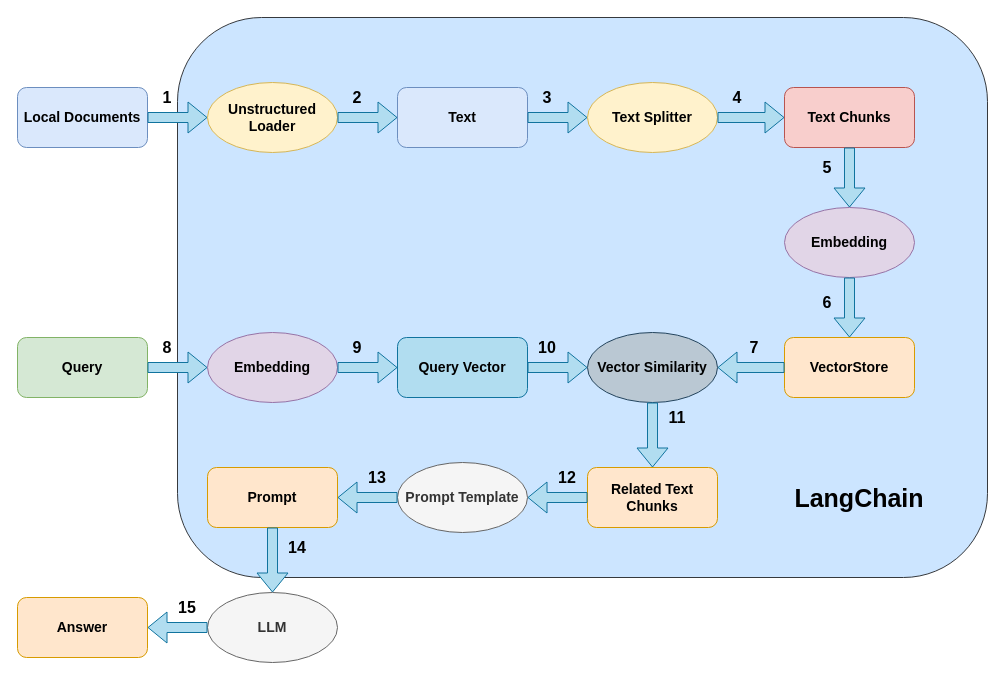
Above: LangChain.drawio in Kangwenqiao/birds_words (draw.io), before the change. Source tidied: cells renumbered, new cells numbered last; positions are measured from the earlier drawing's top-left corner, leaving out a move shared by most shapes. Both pictures are drawn from the tidied source at 100%, with x=0, y=0 at pixel (17, 17).
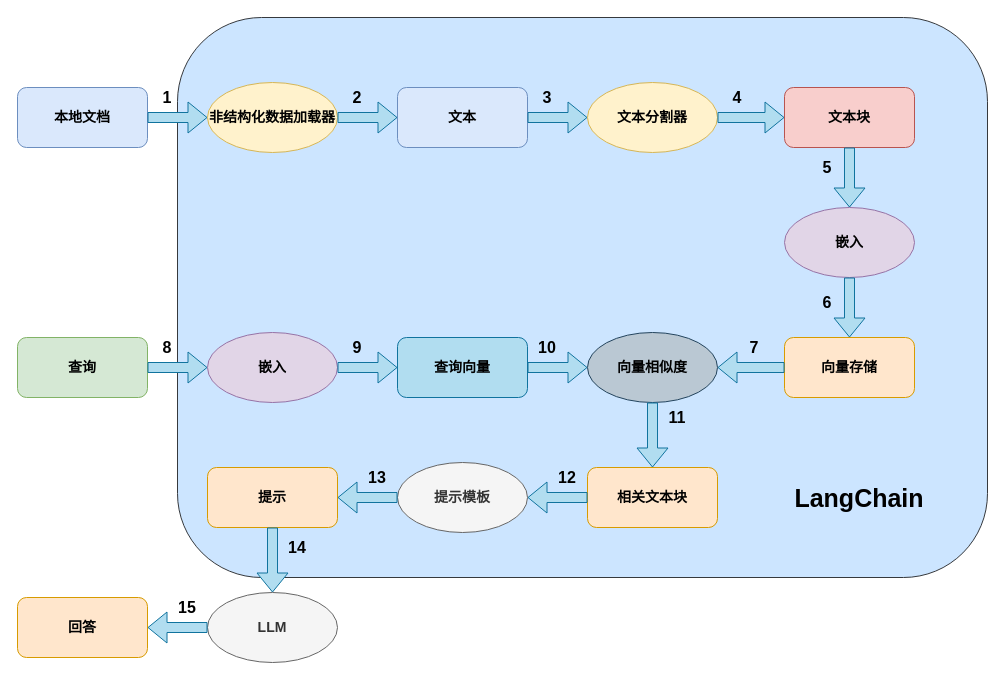
The same diagram, later.

Change to the diagram source:
```diff
@@
-    <mxCell id="3" value="&lt;font style=&quot;font-size: 14px;&quot;&gt;&lt;b&gt;Local Documents&lt;/b&gt;&lt;/font&gt;" style="rounded=1;whiteSpace=wrap;html=1;fillColor=#dae8fc;strokeColor=#6c8ebf;" parent="1" vertex="1">
+    <mxCell id="3" value="&lt;font style=&quot;font-size: 14px;&quot;&gt;&lt;b&gt;本地文档&lt;/b&gt;&lt;/font&gt;" style="rounded=1;whiteSpace=wrap;html=1;fillColor=#dae8fc;strokeColor=#6c8ebf;" parent="1" vertex="1">
       <mxGeometry y="70" width="130" height="60" as="geometry" />
     </mxCell>
-    <mxCell id="4" value="&lt;font style=&quot;font-size: 14px;&quot;&gt;&lt;b&gt;Query&lt;/b&gt;&lt;/font&gt;" style="rounded=1;whiteSpace=wrap;html=1;fillColor=#d5e8d4;strokeColor=#82b366;" parent="1" vertex="1">
+    <mxCell id="4" value="&lt;font style=&quot;font-size: 14px;&quot;&gt;&lt;b&gt;查询&lt;/b&gt;&lt;/font&gt;" style="rounded=1;whiteSpace=wrap;html=1;fillColor=#d5e8d4;strokeColor=#82b366;" parent="1" vertex="1">
       <mxGeometry y="320" width="130" height="60" as="geometry" />
     </mxCell>
-    <mxCell id="5" value="&lt;span style=&quot;font-size: 14px;&quot;&gt;&lt;b&gt;Answer&lt;/b&gt;&lt;/span&gt;" style="rounded=1;whiteSpace=wrap;html=1;fillColor=#ffe6cc;strokeColor=#d79b00;" parent="1" vertex="1">
+    <mxCell id="5" value="&lt;span style=&quot;font-size: 14px;&quot;&gt;&lt;b&gt;回答&lt;/b&gt;&lt;/span&gt;" style="rounded=1;whiteSpace=wrap;html=1;fillColor=#ffe6cc;strokeColor=#d79b00;" parent="1" vertex="1">
       <mxGeometry y="580" width="130" height="60" as="geometry" />
     </mxCell>
@@
-    <mxCell id="7" value="&lt;font style=&quot;font-size: 14px;&quot;&gt;&lt;b&gt;Unstructured Loader&lt;/b&gt;&lt;/font&gt;" style="ellipse;whiteSpace=wrap;html=1;fillColor=#fff2cc;strokeColor=#d6b656;" parent="1" vertex="1">
+    <mxCell id="7" value="&lt;font style=&quot;font-size: 14px;&quot;&gt;&lt;b&gt;非结构化数据加载器&lt;/b&gt;&lt;/font&gt;" style="ellipse;whiteSpace=wrap;html=1;fillColor=#fff2cc;strokeColor=#d6b656;" parent="1" vertex="1">
       <mxGeometry x="190" y="65" width="130" height="70" as="geometry" />
     </mxCell>
@@
-    <mxCell id="9" value="&lt;font style=&quot;font-size: 14px;&quot;&gt;&lt;b&gt;Text&lt;/b&gt;&lt;/font&gt;" style="rounded=1;whiteSpace=wrap;html=1;fillColor=#dae8fc;strokeColor=#6c8ebf;" parent="1" vertex="1">
+    <mxCell id="9" value="&lt;font style=&quot;font-size: 14px;&quot;&gt;&lt;b&gt;文本&lt;/b&gt;&lt;/font&gt;" style="rounded=1;whiteSpace=wrap;html=1;fillColor=#dae8fc;strokeColor=#6c8ebf;" parent="1" vertex="1">
       <mxGeometry x="380" y="70" width="130" height="60" as="geometry" />
     </mxCell>
@@
-    <mxCell id="11" value="&lt;font style=&quot;font-size: 14px;&quot;&gt;&lt;b&gt;Text Splitter&lt;/b&gt;&lt;/font&gt;" style="ellipse;whiteSpace=wrap;html=1;fillColor=#fff2cc;strokeColor=#d6b656;" parent="1" vertex="1">
+    <mxCell id="11" value="&lt;span style=&quot;font-size: 14px;&quot;&gt;&lt;b&gt;文本分割器&lt;/b&gt;&lt;/span&gt;" style="ellipse;whiteSpace=wrap;html=1;fillColor=#fff2cc;strokeColor=#d6b656;" parent="1" vertex="1">
       <mxGeometry x="570" y="65" width="130" height="70" as="geometry" />
     </mxCell>
@@
-    <mxCell id="15" value="&lt;font style=&quot;font-size: 14px;&quot;&gt;&lt;b&gt;Text Chunks&lt;/b&gt;&lt;/font&gt;" style="rounded=1;whiteSpace=wrap;html=1;fillColor=#f8cecc;strokeColor=#b85450;" parent="1" vertex="1">
+    <mxCell id="15" value="&lt;font style=&quot;font-size: 14px;&quot;&gt;&lt;b&gt;文本块&lt;/b&gt;&lt;/font&gt;" style="rounded=1;whiteSpace=wrap;html=1;fillColor=#f8cecc;strokeColor=#b85450;" parent="1" vertex="1">
       <mxGeometry x="767" y="70" width="130" height="60" as="geometry" />
     </mxCell>
@@
-    <mxCell id="17" value="&lt;font style=&quot;font-size: 14px;&quot;&gt;&lt;b&gt;Embedding&lt;/b&gt;&lt;/font&gt;" style="ellipse;whiteSpace=wrap;html=1;fillColor=#e1d5e7;strokeColor=#9673a6;" parent="1" vertex="1">
+    <mxCell id="17" value="&lt;font style=&quot;font-size: 14px;&quot;&gt;&lt;b&gt;嵌入&lt;/b&gt;&lt;/font&gt;" style="ellipse;whiteSpace=wrap;html=1;fillColor=#e1d5e7;strokeColor=#9673a6;" parent="1" vertex="1">
       <mxGeometry x="767" y="190" width="130" height="70" as="geometry" />
     </mxCell>
@@
-    <mxCell id="20" value="&lt;span style=&quot;font-size: 14px;&quot;&gt;&lt;b&gt;VectorStore&lt;/b&gt;&lt;/span&gt;" style="rounded=1;whiteSpace=wrap;html=1;fillColor=#ffe6cc;strokeColor=#d79b00;" parent="1" vertex="1">
+    <mxCell id="20" value="&lt;span style=&quot;font-size: 14px;&quot;&gt;&lt;b&gt;向量存储&lt;/b&gt;&lt;/span&gt;" style="rounded=1;whiteSpace=wrap;html=1;fillColor=#ffe6cc;strokeColor=#d79b00;" parent="1" vertex="1">
       <mxGeometry x="767" y="320" width="130" height="60" as="geometry" />
     </mxCell>
@@
-    <mxCell id="22" value="&lt;font style=&quot;font-size: 14px;&quot;&gt;&lt;b&gt;Vector Similarity&lt;/b&gt;&lt;/font&gt;" style="ellipse;whiteSpace=wrap;html=1;fillColor=#bac8d3;strokeColor=#23445d;" parent="1" vertex="1">
+    <mxCell id="22" value="&lt;font style=&quot;font-size: 14px;&quot;&gt;&lt;b&gt;向量相似度&lt;/b&gt;&lt;/font&gt;" style="ellipse;whiteSpace=wrap;html=1;fillColor=#bac8d3;strokeColor=#23445d;" parent="1" vertex="1">
       <mxGeometry x="570" y="315" width="130" height="70" as="geometry" />
     </mxCell>
@@
-    <mxCell id="24" value="&lt;font style=&quot;font-size: 14px;&quot;&gt;&lt;b&gt;Embedding&lt;/b&gt;&lt;/font&gt;" style="ellipse;whiteSpace=wrap;html=1;fillColor=#e1d5e7;strokeColor=#9673a6;" parent="1" vertex="1">
+    <mxCell id="24" value="&lt;span style=&quot;font-size: 14px;&quot;&gt;&lt;b&gt;嵌入&lt;/b&gt;&lt;/span&gt;" style="ellipse;whiteSpace=wrap;html=1;fillColor=#e1d5e7;strokeColor=#9673a6;" parent="1" vertex="1">
       <mxGeometry x="190" y="315" width="130" height="70" as="geometry" />
     </mxCell>
-    <mxCell id="25" value="&lt;font style=&quot;font-size: 14px;&quot;&gt;&lt;b&gt;Query Vector&lt;/b&gt;&lt;/font&gt;" style="rounded=1;whiteSpace=wrap;html=1;fillColor=#b1ddf0;strokeColor=#10739e;" parent="1" vertex="1">
+    <mxCell id="25" value="&lt;span style=&quot;font-size: 14px;&quot;&gt;&lt;b&gt;查询向量&lt;/b&gt;&lt;/span&gt;" style="rounded=1;whiteSpace=wrap;html=1;fillColor=#b1ddf0;strokeColor=#10739e;" parent="1" vertex="1">
       <mxGeometry x="380" y="320" width="130" height="60" as="geometry" />
     </mxCell>
@@
-    <mxCell id="28" value="&lt;span style=&quot;font-size: 14px;&quot;&gt;&lt;b&gt;Related Text Chunks&lt;/b&gt;&lt;/span&gt;" style="rounded=1;whiteSpace=wrap;html=1;fillColor=#ffe6cc;strokeColor=#d79b00;" parent="1" vertex="1">
+    <mxCell id="28" value="&lt;span style=&quot;font-size: 14px;&quot;&gt;&lt;b&gt;相关文本块&lt;/b&gt;&lt;/span&gt;" style="rounded=1;whiteSpace=wrap;html=1;fillColor=#ffe6cc;strokeColor=#d79b00;" parent="1" vertex="1">
       <mxGeometry x="570" y="450" width="130" height="60" as="geometry" />
     </mxCell>
@@
-    <mxCell id="30" value="&lt;font style=&quot;font-size: 14px;&quot;&gt;&lt;b&gt;Prompt Template&lt;/b&gt;&lt;/font&gt;" style="ellipse;whiteSpace=wrap;html=1;fillColor=#f5f5f5;strokeColor=#666666;fontColor=#333333;" parent="1" vertex="1">
+    <mxCell id="30" value="&lt;font style=&quot;font-size: 14px;&quot;&gt;&lt;b&gt;提示模板&lt;/b&gt;&lt;/font&gt;" style="ellipse;whiteSpace=wrap;html=1;fillColor=#f5f5f5;strokeColor=#666666;fontColor=#333333;" parent="1" vertex="1">
       <mxGeometry x="380" y="445" width="130" height="70" as="geometry" />
     </mxCell>
-    <mxCell id="31" value="&lt;span style=&quot;font-size: 14px;&quot;&gt;&lt;b&gt;Prompt&lt;/b&gt;&lt;/span&gt;" style="rounded=1;whiteSpace=wrap;html=1;fillColor=#ffe6cc;strokeColor=#d79b00;" parent="1" vertex="1">
+    <mxCell id="31" value="&lt;span style=&quot;font-size: 14px;&quot;&gt;&lt;b&gt;提示&lt;/b&gt;&lt;/span&gt;" style="rounded=1;whiteSpace=wrap;html=1;fillColor=#ffe6cc;strokeColor=#d79b00;" parent="1" vertex="1">
       <mxGeometry x="190" y="450" width="130" height="60" as="geometry" />
     </mxCell>
```
